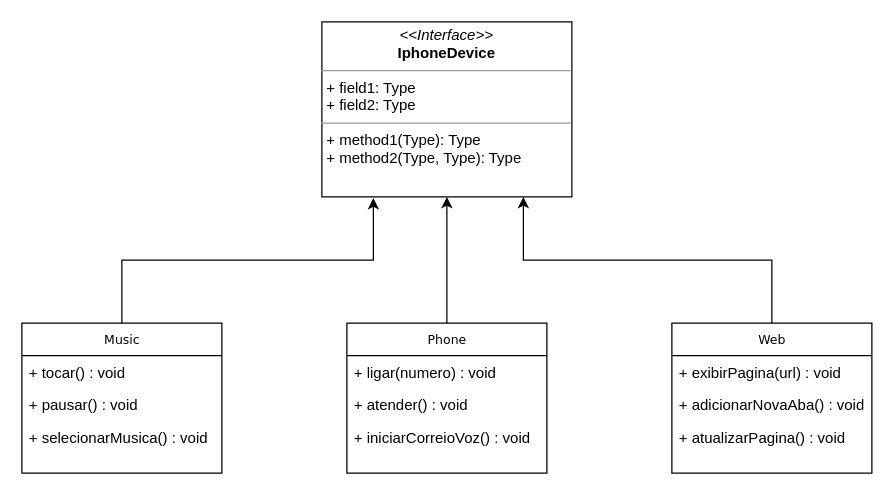
The draw.io diagram modeloIphone.drawio in rpassosleandro/projeto-Modelo-Iphone, before the edit. Source tidied: cells renumbered, new cells numbered last; positions are measured from the earlier drawing's top-left corner, leaving out a move shared by most shapes. Both pictures are drawn from the tidied source at 125%, with x=0, y=0 at pixel (21, 21).
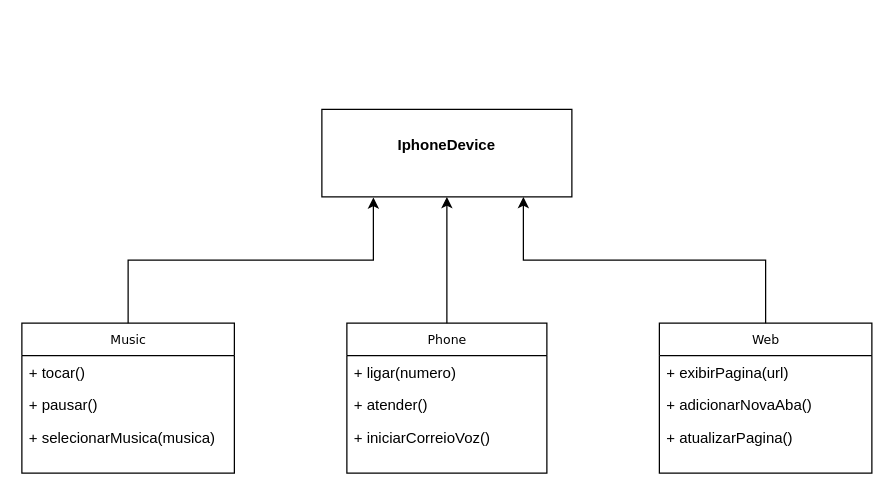
The same diagram, later.

Commit message:
Excluídos itens da interface modeloIphone.drawio

What changed in the source:
```diff
@@
 <mxGraphModel>
   <root>
     <mxCell id="0" />
     <mxCell id="1" parent="0" />
     <mxCell id="2" value="Web" style="swimlane;html=1;fontStyle=0;horizontal=1;startSize=26;fillColor=none;swimlaneFillColor=#ffffff;rounded=0;shadow=0;comic=0;labelBackgroundColor=none;strokeWidth=1;fontFamily=Verdana;fontSize=10;align=center;" parent="1" vertex="1">
-      <mxGeometry x="520" y="241" width="160" height="120" as="geometry" />
+      <mxGeometry x="510" y="241" width="170" height="120" as="geometry" />
     </mxCell>
-    <mxCell id="3" value="+ exibirPagina(url) : void" style="text;html=1;strokeColor=none;fillColor=none;align=left;verticalAlign=top;spacingLeft=4;spacingRight=4;whiteSpace=wrap;overflow=hidden;" parent="2" vertex="1">
-      <mxGeometry y="26" width="160" height="26" as="geometry" />
+    <mxCell id="3" value="+ exibirPagina(url)" style="text;html=1;strokeColor=none;fillColor=none;align=left;verticalAlign=top;spacingLeft=4;spacingRight=4;whiteSpace=wrap;overflow=hidden;" parent="2" vertex="1">
+      <mxGeometry y="26" width="170" height="26" as="geometry" />
     </mxCell>
-    <mxCell id="4" value="+ adicionarNovaAba() : void" style="text;html=1;strokeColor=none;fillColor=none;align=left;verticalAlign=top;spacingLeft=4;spacingRight=4;whiteSpace=wrap;overflow=hidden;" parent="2" vertex="1">
-      <mxGeometry y="52" width="160" height="26" as="geometry" />
+    <mxCell id="4" value="+ adicionarNovaAba()" style="text;html=1;strokeColor=none;fillColor=none;align=left;verticalAlign=top;spacingLeft=4;spacingRight=4;whiteSpace=wrap;overflow=hidden;" parent="2" vertex="1">
+      <mxGeometry y="52" width="170" height="26" as="geometry" />
     </mxCell>
-    <mxCell id="5" value="+ atualizarPagina() : void" style="text;html=1;strokeColor=none;fillColor=none;align=left;verticalAlign=top;spacingLeft=4;spacingRight=4;whiteSpace=wrap;overflow=hidden;" parent="2" vertex="1">
-      <mxGeometry y="78" width="160" height="26" as="geometry" />
+    <mxCell id="5" value="+ atualizarPagina()" style="text;html=1;strokeColor=none;fillColor=none;align=left;verticalAlign=top;spacingLeft=4;spacingRight=4;whiteSpace=wrap;overflow=hidden;" parent="2" vertex="1">
+      <mxGeometry y="78" width="170" height="26" as="geometry" />
     </mxCell>
     <mxCell id="6" style="edgeStyle=orthogonalEdgeStyle;rounded=0;jettySize=auto;html=1;exitX=0.5;exitY=0;exitDx=0;exitDy=0;entryX=0.5;entryY=1;entryDx=0;entryDy=0;" parent="1" edge="1" source="7" target="15">
       <mxGeometry relative="1" as="geometry" />
     </mxCell>
     <mxCell id="7" value="Phone" style="swimlane;html=1;fontStyle=0;horizontal=1;startSize=26;fillColor=none;swimlaneFillColor=#ffffff;rounded=0;shadow=0;comic=0;labelBackgroundColor=none;strokeWidth=1;fontFamily=Verdana;fontSize=10;align=center;" parent="1" vertex="1">
       <mxGeometry x="260" y="241" width="160" height="120" as="geometry" />
     </mxCell>
-    <mxCell id="8" value="+ ligar(numero) : void" style="text;html=1;strokeColor=none;fillColor=none;align=left;verticalAlign=top;spacingLeft=4;spacingRight=4;whiteSpace=wrap;overflow=hidden;" parent="7" vertex="1">
+    <mxCell id="8" value="+ ligar(numero)" style="text;html=1;strokeColor=none;fillColor=none;align=left;verticalAlign=top;spacingLeft=4;spacingRight=4;whiteSpace=wrap;overflow=hidden;" parent="7" vertex="1">
       <mxGeometry y="26" width="160" height="26" as="geometry" />
     </mxCell>
-    <mxCell id="9" value="+ atender() : void" style="text;html=1;strokeColor=none;fillColor=none;align=left;verticalAlign=top;spacingLeft=4;spacingRight=4;whiteSpace=wrap;overflow=hidden;" parent="7" vertex="1">
+    <mxCell id="9" value="+ atender()" style="text;html=1;strokeColor=none;fillColor=none;align=left;verticalAlign=top;spacingLeft=4;spacingRight=4;whiteSpace=wrap;overflow=hidden;" parent="7" vertex="1">
       <mxGeometry y="52" width="160" height="26" as="geometry" />
     </mxCell>
-    <mxCell id="10" value="+ iniciarCorreioVoz() : void" style="text;html=1;strokeColor=none;fillColor=none;align=left;verticalAlign=top;spacingLeft=4;spacingRight=4;whiteSpace=wrap;overflow=hidden;" parent="7" vertex="1">
+    <mxCell id="10" value="+ iniciarCorreioVoz()" style="text;html=1;strokeColor=none;fillColor=none;align=left;verticalAlign=top;spacingLeft=4;spacingRight=4;whiteSpace=wrap;overflow=hidden;" parent="7" vertex="1">
       <mxGeometry y="78" width="160" height="42" as="geometry" />
     </mxCell>
     <mxCell id="11" value="Music" style="swimlane;html=1;fontStyle=0;horizontal=1;startSize=26;fillColor=none;swimlaneFillColor=#ffffff;rounded=0;shadow=0;comic=0;labelBackgroundColor=none;strokeWidth=1;fontFamily=Verdana;fontSize=10;align=center;" parent="1" vertex="1">
-      <mxGeometry y="241" width="160" height="120" as="geometry" />
+      <mxGeometry y="241" width="170" height="120" as="geometry" />
     </mxCell>
-    <mxCell id="12" value="+ tocar() : void" style="text;html=1;strokeColor=none;fillColor=none;align=left;verticalAlign=top;spacingLeft=4;spacingRight=4;whiteSpace=wrap;overflow=hidden;" parent="11" vertex="1">
-      <mxGeometry y="26" width="160" height="26" as="geometry" />
+    <mxCell id="12" value="+ tocar()" style="text;html=1;strokeColor=none;fillColor=none;align=left;verticalAlign=top;spacingLeft=4;spacingRight=4;whiteSpace=wrap;overflow=hidden;" parent="11" vertex="1">
+      <mxGeometry y="26" width="170" height="26" as="geometry" />
     </mxCell>
-    <mxCell id="13" value="+ pausar() : void" style="text;html=1;strokeColor=none;fillColor=none;align=left;verticalAlign=top;spacingLeft=4;spacingRight=4;whiteSpace=wrap;overflow=hidden;" parent="11" vertex="1">
-      <mxGeometry y="52" width="160" height="26" as="geometry" />
+    <mxCell id="13" value="+ pausar()" style="text;html=1;strokeColor=none;fillColor=none;align=left;verticalAlign=top;spacingLeft=4;spacingRight=4;whiteSpace=wrap;overflow=hidden;" parent="11" vertex="1">
+      <mxGeometry y="52" width="170" height="26" as="geometry" />
     </mxCell>
-    <mxCell id="14" value="+ selecionarMusica() : void" style="text;html=1;strokeColor=none;fillColor=none;align=left;verticalAlign=top;spacingLeft=4;spacingRight=4;whiteSpace=wrap;overflow=hidden;" parent="11" vertex="1">
-      <mxGeometry y="78" width="160" height="26" as="geometry" />
+    <mxCell id="14" value="+ selecionarMusica(musica)&amp;nbsp;" style="text;html=1;strokeColor=none;fillColor=none;align=left;verticalAlign=top;spacingLeft=4;spacingRight=4;whiteSpace=wrap;overflow=hidden;" parent="11" vertex="1">
+      <mxGeometry y="78" width="170" height="26" as="geometry" />
     </mxCell>
-    <mxCell id="15" value="&lt;p style=&quot;margin:0px;margin-top:4px;text-align:center;&quot;&gt;&lt;i&gt;&amp;lt;&amp;lt;Interface&amp;gt;&amp;gt;&lt;/i&gt;&lt;br&gt;&lt;b&gt;IphoneDevice&lt;/b&gt;&lt;/p&gt;&lt;hr size=&quot;1&quot;&gt;&lt;p style=&quot;margin:0px;margin-left:4px;&quot;&gt;+ field1: Type&lt;br&gt;+ field2: Type&lt;/p&gt;&lt;hr size=&quot;1&quot;&gt;&lt;p style=&quot;margin:0px;margin-left:4px;&quot;&gt;+ method1(Type): Type&lt;br&gt;+ method2(Type, Type): Type&lt;/p&gt;" style="verticalAlign=top;align=left;overflow=fill;fontSize=12;fontFamily=Helvetica;html=1;rounded=0;shadow=0;comic=0;labelBackgroundColor=none;strokeWidth=1;" parent="1" vertex="1">
-      <mxGeometry x="240" width="200" height="140" as="geometry" />
+    <mxCell id="15" value="&lt;p style=&quot;margin:0px;margin-top:4px;text-align:center;&quot;&gt;&lt;b&gt;&lt;br&gt;&lt;/b&gt;&lt;/p&gt;&lt;p style=&quot;margin:0px;margin-top:4px;text-align:center;&quot;&gt;&lt;b&gt;IphoneDevice&lt;/b&gt;&lt;/p&gt;" style="verticalAlign=top;align=left;overflow=fill;fontSize=12;fontFamily=Helvetica;html=1;rounded=0;shadow=0;comic=0;labelBackgroundColor=none;strokeWidth=1;" parent="1" vertex="1">
+      <mxGeometry x="240" y="70" width="200" height="70" as="geometry" />
     </mxCell>
     <mxCell id="16" style="edgeStyle=orthogonalEdgeStyle;rounded=0;jettySize=auto;html=1;exitX=0.5;exitY=0;exitDx=0;exitDy=0;entryX=0.806;entryY=1.001;entryDx=0;entryDy=0;entryPerimeter=0;" parent="1" edge="1" source="2" target="15">
       <mxGeometry relative="1" as="geometry" />
     </mxCell>
     <mxCell id="17" style="edgeStyle=orthogonalEdgeStyle;rounded=0;jettySize=auto;html=1;exitX=0.5;exitY=0;exitDx=0;exitDy=0;entryX=0.206;entryY=1.007;entryDx=0;entryDy=0;entryPerimeter=0;" parent="1" edge="1" source="11" target="15">
       <mxGeometry relative="1" as="geometry" />
     </mxCell>
   </root>
 </mxGraphModel>
```
